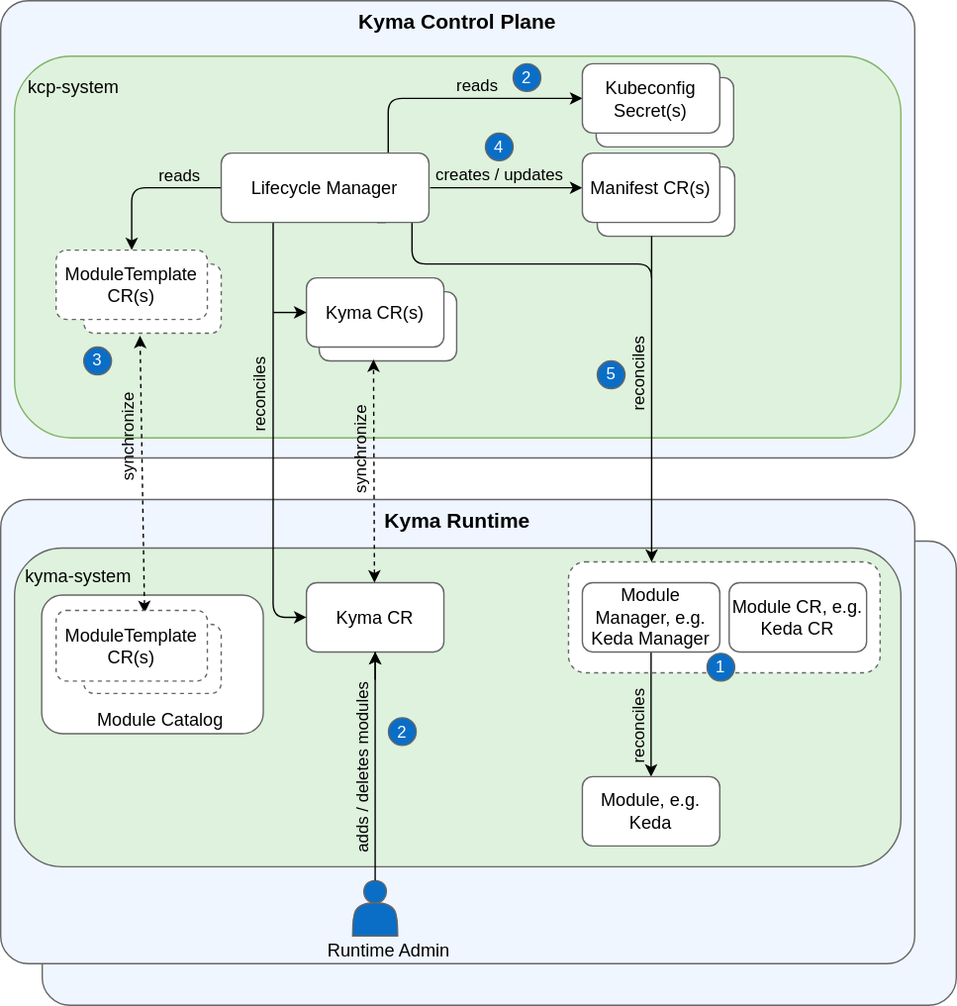
Earlier version of the draw.io export docs/contributor/assets/lifecycle-manager-architecture.svg (kyma-project/lifecycle-manager). Source tidied: cells renumbered, new cells last; positions are measured from the earlier drawing's top-left corner, leaving out a move shared by most shapes.
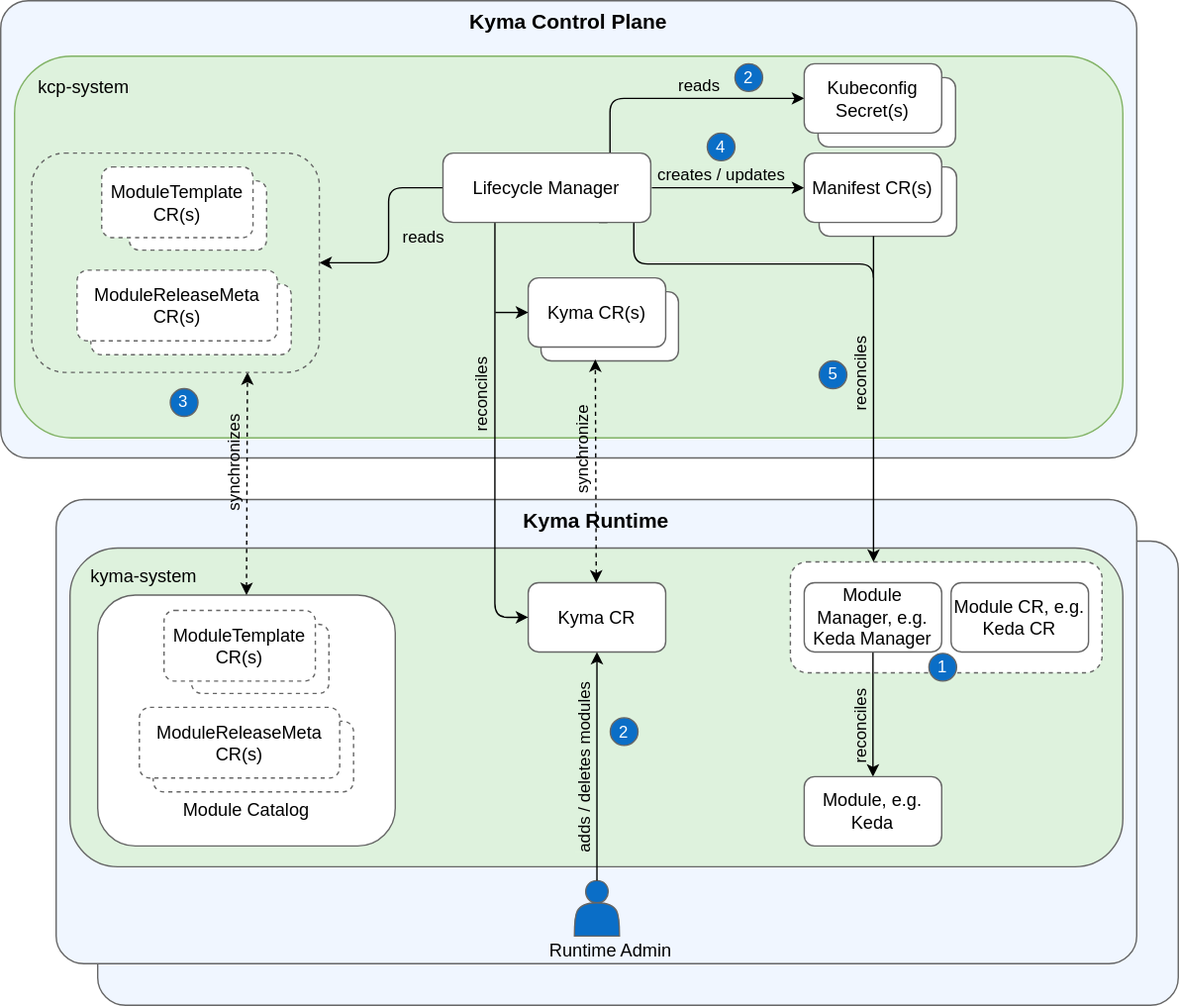
Later version of the same file.

The edit, as a diff of the source:
```diff
@@ -3,22 +3,22 @@
     <mxCell id="0" />
     <mxCell id="1" parent="0" />
     <mxCell id="2" style="rounded=1;whiteSpace=wrap;html=1;verticalAlign=top;fillColor=#F0F6FF;strokeColor=#666666;arcSize=6;fontSize=15;fontStyle=1;" parent="1" vertex="1">
-      <mxGeometry x="30" y="390" width="660" height="335" as="geometry" />
+      <mxGeometry x="-90" y="390" width="780" height="335" as="geometry" />
     </mxCell>
     <mxCell id="3" value="Kyma Control Plane" style="rounded=1;whiteSpace=wrap;html=1;verticalAlign=top;fillColor=#F0F6FF;strokeColor=#666666;arcSize=6;fontSize=15;fontStyle=1;" parent="1" vertex="1">
-      <mxGeometry width="660" height="330" as="geometry" />
+      <mxGeometry x="-160" width="820" height="330" as="geometry" />
     </mxCell>
     <mxCell id="4" value="Kyma Runtime" style="rounded=1;whiteSpace=wrap;html=1;verticalAlign=top;fillColor=#F0F6FF;strokeColor=#666666;arcSize=6;fontSize=15;fontStyle=1;" parent="1" vertex="1">
-      <mxGeometry y="360" width="660" height="335" as="geometry" />
+      <mxGeometry x="-120" y="360" width="780" height="335" as="geometry" />
     </mxCell>
-    <mxCell id="5" value="kyma-system" style="rounded=1;whiteSpace=wrap;html=1;labelBackgroundColor=none;strokeColor=#666666;strokeWidth=1;fontSize=13;fillColor=#DEF2DD;gradientColor=none;verticalAlign=top;align=left;spacing=8;" parent="1" vertex="1">
-      <mxGeometry x="10" y="395" width="640" height="230" as="geometry" />
+    <mxCell id="5" value="&amp;nbsp; kyma-system" style="rounded=1;whiteSpace=wrap;html=1;labelBackgroundColor=none;strokeColor=#666666;strokeWidth=1;fontSize=13;fillColor=#DEF2DD;gradientColor=none;verticalAlign=top;align=left;spacing=8;" parent="1" vertex="1">
+      <mxGeometry x="-110" y="395" width="760" height="230" as="geometry" />
     </mxCell>
     <mxCell id="6" style="rounded=1;whiteSpace=wrap;html=1;strokeColor=#666666;strokeWidth=1;fontSize=13;fillColor=default;verticalAlign=middle;dashed=1;" parent="1" vertex="1">
       <mxGeometry x="410" y="405" width="225" height="80" as="geometry" />
     </mxCell>
-    <mxCell id="7" value="&lt;font style=&quot;font-size: 13px;&quot;&gt;kcp-system&lt;/font&gt;" style="rounded=1;whiteSpace=wrap;html=1;fillColor=#DEF2DD;strokeColor=#82b366;verticalAlign=top;fontSize=13;align=left;spacingRight=0;spacingBottom=0;spacingTop=0;spacing=10;" parent="1" vertex="1">
-      <mxGeometry x="10" y="40" width="640" height="275.5" as="geometry" />
+    <mxCell id="7" value="&amp;nbsp; &lt;font style=&quot;font-size: 13px;&quot;&gt;kcp-system&lt;/font&gt;" style="rounded=1;whiteSpace=wrap;html=1;fillColor=#DEF2DD;strokeColor=#82b366;verticalAlign=top;fontSize=13;align=left;spacingRight=0;spacingBottom=0;spacingTop=0;spacing=10;" parent="1" vertex="1">
+      <mxGeometry x="-150" y="40" width="800" height="275.5" as="geometry" />
     </mxCell>
     <mxCell id="8" style="rounded=1;whiteSpace=wrap;html=1;strokeColor=#666666;strokeWidth=1;fontSize=13;fillColor=default;verticalAlign=middle;" parent="1" vertex="1">
       <mxGeometry x="430" y="55.5" width="99.2" height="50" as="geometry" />
@@ -35,31 +35,25 @@
     <mxCell id="12" style="rounded=1;whiteSpace=wrap;html=1;strokeColor=#666666;strokeWidth=1;fontSize=13;fillColor=default;verticalAlign=middle;align=center;" parent="1" vertex="1">
       <mxGeometry x="230" y="210" width="99.2" height="50" as="geometry" />
     </mxCell>
-    <mxCell id="13" style="rounded=1;whiteSpace=wrap;html=1;strokeColor=#666666;strokeWidth=1;fontSize=13;fillColor=default;verticalAlign=top;dashed=1;" parent="1" vertex="1">
-      <mxGeometry x="60" y="190" width="99.2" height="50" as="geometry" />
-    </mxCell>
-    <mxCell id="14" value="ModuleTemplate CR(s)" style="rounded=1;whiteSpace=wrap;html=1;strokeColor=#666666;strokeWidth=1;fontSize=13;fillColor=default;verticalAlign=middle;dashed=1;" parent="1" vertex="1">
-      <mxGeometry x="40" y="180" width="109.2" height="50" as="geometry" />
-    </mxCell>
     <mxCell id="15" style="rounded=1;whiteSpace=wrap;html=1;fontSize=13;strokeColor=#666666;fillColor=#FFFFFF;" parent="1" vertex="1">
-      <mxGeometry x="29.6" y="429" width="160" height="100" as="geometry" />
+      <mxGeometry x="-90" y="429" width="214.8" height="181" as="geometry" />
     </mxCell>
-    <mxCell id="16" style="endArrow=classic;startArrow=classic;html=1;rounded=0;labelBackgroundColor=none;fontSize=11;fontColor=default;dashed=1;entryX=0.409;entryY=1.036;entryDx=0;entryDy=0;entryPerimeter=0;exitX=0.585;exitY=0.039;exitDx=0;exitDy=0;exitPerimeter=0;" parent="1" edge="1" source="19" target="13">
+    <mxCell id="16" style="endArrow=classic;startArrow=classic;html=1;rounded=0;labelBackgroundColor=none;fontSize=11;fontColor=default;dashed=1;entryX=0.75;entryY=1;entryDx=0;entryDy=0;exitX=0.5;exitY=0;exitDx=0;exitDy=0;" parent="1" edge="1" source="15" target="50">
       <mxGeometry relative="1" as="geometry" />
     </mxCell>
-    <mxCell id="17" value="synchronize" style="edgeLabel;html=1;align=center;verticalAlign=middle;fontSize=12;fontColor=default;labelBackgroundColor=none;horizontal=0;" parent="16" vertex="1">
+    <mxCell id="17" value="synchronizes" style="edgeLabel;html=1;align=center;verticalAlign=middle;fontSize=12;fontColor=default;labelBackgroundColor=none;horizontal=0;" parent="16" vertex="1">
       <mxGeometry x="0.57" relative="1" as="geometry">
         <mxPoint x="-10" y="32" as="offset" />
       </mxGeometry>
     </mxCell>
     <mxCell id="18" style="rounded=1;whiteSpace=wrap;html=1;strokeColor=#666666;strokeWidth=1;fontSize=13;fillColor=default;verticalAlign=top;dashed=1;" parent="1" vertex="1">
-      <mxGeometry x="60" y="450" width="99.2" height="50" as="geometry" />
+      <mxGeometry x="-22.3" y="450" width="99.2" height="50" as="geometry" />
     </mxCell>
     <mxCell id="19" value="ModuleTemplate CR(s)" style="rounded=1;whiteSpace=wrap;html=1;strokeColor=#666666;strokeWidth=1;fontSize=13;fillColor=default;verticalAlign=middle;dashed=1;" parent="1" vertex="1">
-      <mxGeometry x="40" y="440" width="109.2" height="51" as="geometry" />
+      <mxGeometry x="-42.1" y="440" width="109.2" height="51" as="geometry" />
     </mxCell>
     <mxCell id="20" value="Module Catalog" style="text;html=1;align=center;verticalAlign=bottom;fillColor=none;strokeColor=none;rounded=0;fontSize=13;" parent="1" vertex="1">
-      <mxGeometry x="60" y="510" width="110" height="20" as="geometry" />
+      <mxGeometry x="-37.6" y="575" width="110" height="20" as="geometry" />
     </mxCell>
     <mxCell id="21" value="Kyma CR(s)" style="rounded=1;whiteSpace=wrap;html=1;strokeColor=#666666;strokeWidth=1;fontSize=13;fillColor=default;verticalAlign=middle;align=center;" parent="1" vertex="1">
       <mxGeometry x="220.8" y="200" width="99.2" height="50" as="geometry" />
@@ -106,8 +100,13 @@
     <mxCell id="29" value="reads" style="edgeStyle=orthogonalEdgeStyle;rounded=1;jettySize=auto;html=1;exitX=0.804;exitY=0.004;exitDx=0;exitDy=0;entryX=0;entryY=0.5;entryDx=0;entryDy=0;labelBackgroundColor=#DEF2DD;fontSize=12;fontColor=none;spacingBottom=-4;verticalAlign=middle;spacingRight=0;spacingTop=-32;spacingLeft=8;exitPerimeter=0;curved=0;" parent="1" edge="1" source="31" target="33">
       <mxGeometry x="0.12" y="-5" relative="1" as="geometry" />
     </mxCell>
-    <mxCell id="30" value="reads" style="edgeStyle=orthogonalEdgeStyle;rounded=1;jettySize=auto;html=1;exitX=0;exitY=0.5;exitDx=0;exitDy=0;entryX=0.5;entryY=0;entryDx=0;entryDy=0;labelBackgroundColor=#DEF2DD;fontSize=12;fontColor=none;spacing=2;spacingRight=1;spacingBottom=1;spacingLeft=50;spacingTop=-16;curved=0;" parent="1" edge="1" source="31" target="14">
-      <mxGeometry relative="1" as="geometry" />
+    <mxCell id="30" value="reads" style="edgeStyle=orthogonalEdgeStyle;rounded=1;jettySize=auto;html=1;exitX=0;exitY=0.5;exitDx=0;exitDy=0;entryX=1;entryY=0.5;entryDx=0;entryDy=0;labelBackgroundColor=#DEF2DD;fontSize=12;fontColor=none;spacing=2;spacingRight=1;spacingBottom=1;spacingLeft=50;spacingTop=-16;curved=0;" parent="1" edge="1" source="31" target="50">
+      <mxGeometry x="0.18" relative="1" as="geometry">
+        <Array as="points">
+          <mxPoint x="120" y="135" />
+          <mxPoint x="120" y="189" />
+        </Array>
+      </mxGeometry>
     </mxCell>
     <mxCell id="31" value="Lifecycle Manager" style="rounded=1;whiteSpace=wrap;html=1;strokeColor=#666666;strokeWidth=1;fontSize=13;fillColor=default;verticalAlign=middle;" parent="1" vertex="1">
       <mxGeometry x="159.2" y="110" width="150" height="50" as="geometry" />
@@ -165,7 +164,7 @@
       <mxGeometry x="280" y="517.5" width="20" height="20" as="geometry" />
     </mxCell>
     <mxCell id="44" value="3" style="ellipse;whiteSpace=wrap;html=1;labelBackgroundColor=#0A6EC7;fontSize=12;fontColor=#FFFFFF;strokeColor=#666666;fillColor=#0A6EC7;" parent="1" vertex="1">
-      <mxGeometry x="60" y="250" width="20" height="20" as="geometry" />
+      <mxGeometry x="-37.6" y="280" width="20" height="20" as="geometry" />
     </mxCell>
     <mxCell id="45" value="2" style="ellipse;whiteSpace=wrap;html=1;labelBackgroundColor=#0A6EC7;fontSize=12;fontColor=#FFFFFF;strokeColor=#666666;fillColor=#0A6EC7;" parent="1" vertex="1">
       <mxGeometry x="370" y="45.5" width="20" height="20" as="geometry" />
@@ -176,5 +175,26 @@
     <mxCell id="47" value="5" style="ellipse;whiteSpace=wrap;html=1;labelBackgroundColor=#0A6EC7;fontSize=12;fontColor=#FFFFFF;strokeColor=#666666;fillColor=#0A6EC7;" parent="1" vertex="1">
       <mxGeometry x="430.8" y="260" width="20" height="20" as="geometry" />
     </mxCell>
+    <mxCell id="48" style="rounded=1;whiteSpace=wrap;html=1;strokeColor=#666666;strokeWidth=1;fontSize=13;fillColor=default;verticalAlign=middle;dashed=1;" parent="1" vertex="1">
+      <mxGeometry x="-49.9" y="520" width="144.6" height="51" as="geometry" />
+    </mxCell>
+    <mxCell id="49" value="ModuleReleaseMeta CR(s)" style="rounded=1;whiteSpace=wrap;html=1;strokeColor=#666666;strokeWidth=1;fontSize=13;fillColor=default;verticalAlign=middle;dashed=1;" parent="1" vertex="1">
+      <mxGeometry x="-59.9" y="510" width="144.6" height="51" as="geometry" />
+    </mxCell>
+    <mxCell id="50" style="rounded=1;whiteSpace=wrap;html=1;fontSize=13;strokeColor=#666666;fillColor=none;dashed=1;" parent="1" vertex="1">
+      <mxGeometry x="-137.6" y="110" width="207.6" height="158.2" as="geometry" />
+    </mxCell>
+    <mxCell id="51" style="rounded=1;whiteSpace=wrap;html=1;strokeColor=#666666;strokeWidth=1;fontSize=13;fillColor=default;verticalAlign=top;dashed=1;" parent="1" vertex="1">
+      <mxGeometry x="-67.3" y="130" width="99.2" height="50" as="geometry" />
+    </mxCell>
+    <mxCell id="14" value="ModuleTemplate CR(s)" style="rounded=1;whiteSpace=wrap;html=1;strokeColor=#666666;strokeWidth=1;fontSize=13;fillColor=default;verticalAlign=middle;dashed=1;" parent="1" vertex="1">
+      <mxGeometry x="-87.1" y="120" width="109.2" height="51" as="geometry" />
+    </mxCell>
+    <mxCell id="52" style="rounded=1;whiteSpace=wrap;html=1;strokeColor=#666666;strokeWidth=1;fontSize=13;fillColor=default;verticalAlign=middle;dashed=1;" parent="1" vertex="1">
+      <mxGeometry x="-94.9" y="204.5" width="144.6" height="51" as="geometry" />
+    </mxCell>
+    <mxCell id="53" value="ModuleReleaseMeta CR(s)" style="rounded=1;whiteSpace=wrap;html=1;strokeColor=#666666;strokeWidth=1;fontSize=13;fillColor=default;verticalAlign=middle;dashed=1;" parent="1" vertex="1">
+      <mxGeometry x="-104.9" y="194.5" width="144.6" height="51" as="geometry" />
+    </mxCell>
   </root>
 </mxGraphModel>
```
